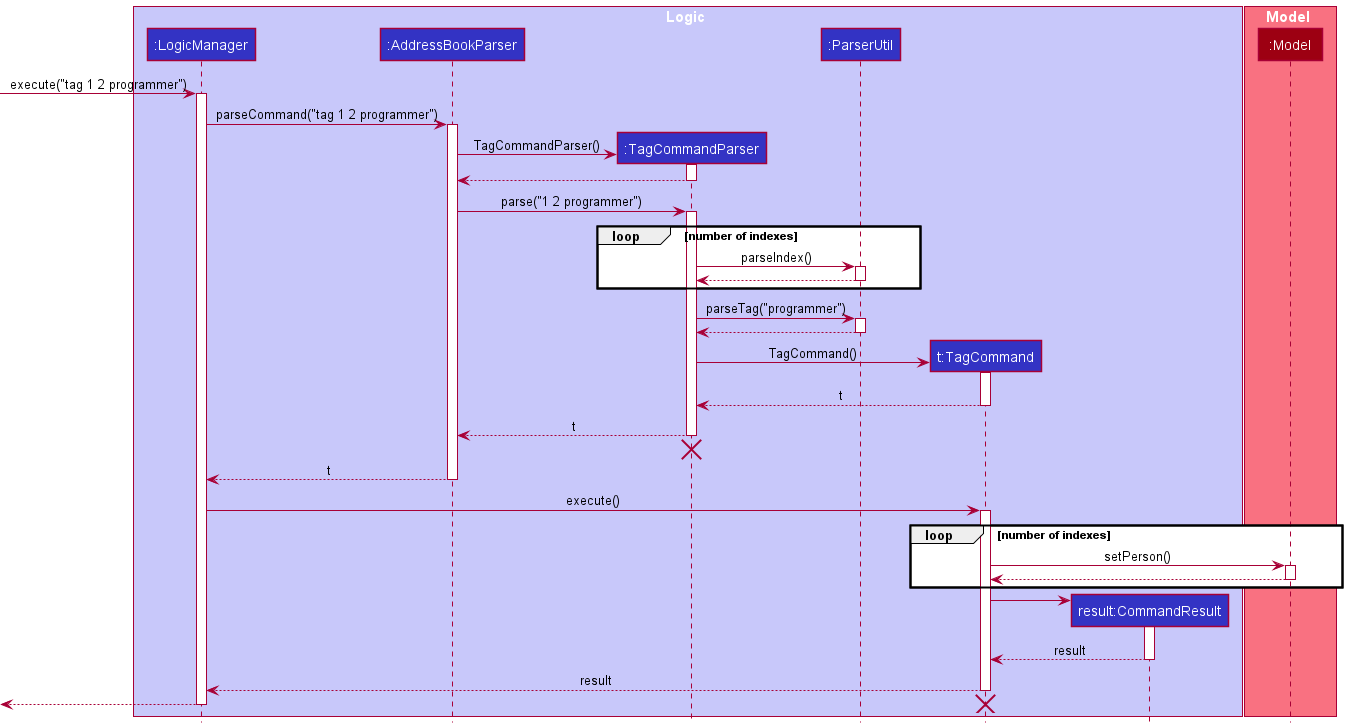
This is docs/images/TagSequenceDiagram.png from samyipsh/tp, a PlantUML export, as it was before one commit. The source it was exported from:
```plantuml
@startuml
!include style.puml

box Logic LOGIC_COLOR_T1
participant ":LogicManager" as LogicManager LOGIC_COLOR
participant ":AddressBookParser" as AddressBookParser LOGIC_COLOR
participant ":TagCommandParser" as TagCommandParser LOGIC_COLOR
participant ":ParserUtil" as ParserUtil LOGIC_COLOR
participant "t:TagCommand" as TagCommand LOGIC_COLOR
participant "result:CommandResult" as CommandResult LOGIC_COLOR
end box

box Model MODEL_COLOR_T1
participant ":Model" as Model MODEL_COLOR
end box

[-> LogicManager : execute("tag 1 2 programmer")
activate LogicManager

LogicManager -> AddressBookParser : parseCommand("tag 1 2 programmer")
activate AddressBookParser

create TagCommandParser
AddressBookParser -> TagCommandParser : TagCommandParser()
activate TagCommandParser

TagCommandParser --> AddressBookParser
deactivate TagCommandParser

AddressBookParser -> TagCommandParser : parse("1 2 programmer")
activate TagCommandParser

loop number of indexes
TagCommandParser -> ParserUtil : parseIndex()
activate ParserUtil

ParserUtil --> TagCommandParser
deactivate ParserUtil
end

TagCommandParser -> ParserUtil : parseTag("programmer")
activate ParserUtil

ParserUtil --> TagCommandParser
deactivate ParserUtil

create TagCommand
TagCommandParser -> TagCommand : TagCommand()
activate TagCommand

TagCommand --> TagCommandParser : t
deactivate TagCommand

TagCommandParser --> AddressBookParser : t
deactivate TagCommandParser
TagCommandParser -[hidden]-> AddressBookParser
destroy TagCommandParser

AddressBookParser --> LogicManager : t
deactivate AddressBookParser

LogicManager -> TagCommand : execute()
activate TagCommand

loop number of indexes
TagCommand -> Model : setPerson()
activate Model

Model --> TagCommand
deactivate Model
end

create CommandResult
TagCommand -> CommandResult
activate CommandResult

CommandResult --> TagCommand : result
deactivate CommandResult

TagCommand --> LogicManager : result
deactivate TagCommand

[<--LogicManager
deactivate LogicManager

destroy TagCommand
@enduml
```
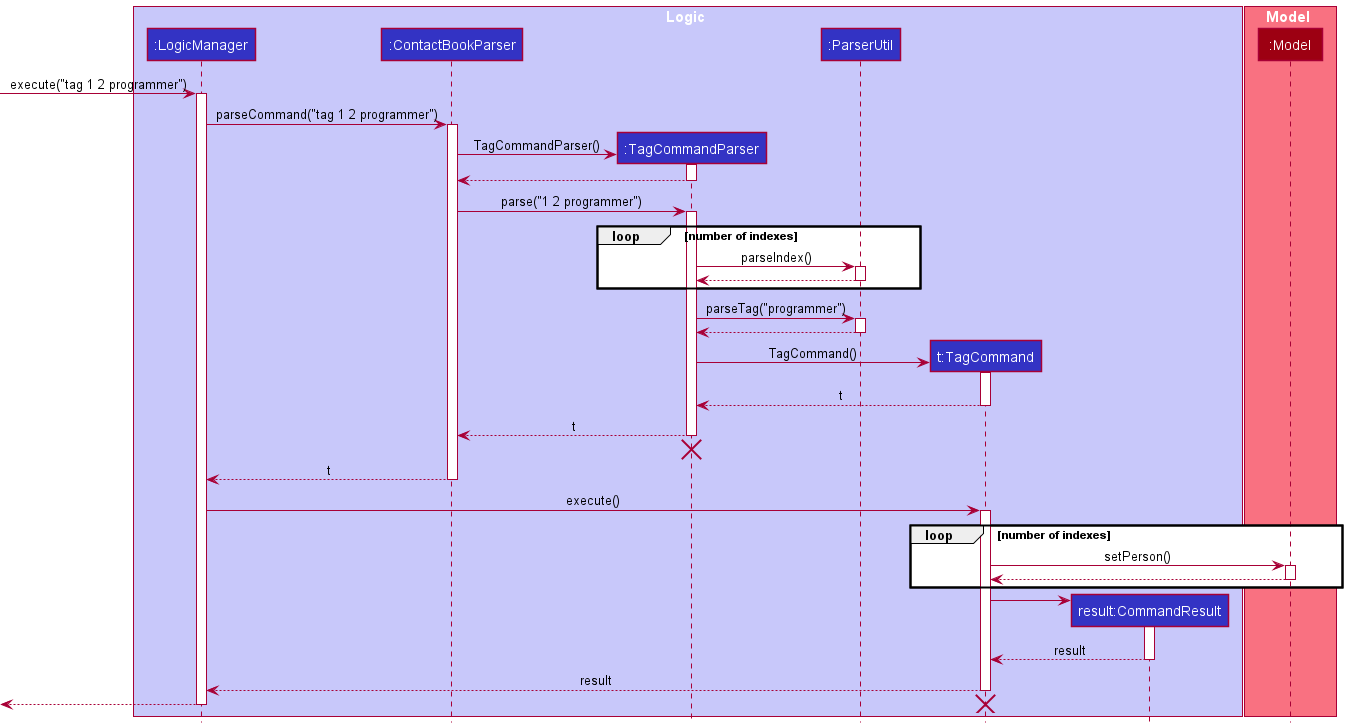
The same file after the commit.

Commit message:
Update plantuml diagrams and associated png files

The edit, as a diff of the source:
```diff
@@ -3,7 +3,7 @@
 
 box Logic LOGIC_COLOR_T1
 participant ":LogicManager" as LogicManager LOGIC_COLOR
-participant ":AddressBookParser" as AddressBookParser LOGIC_COLOR
+participant ":ContactBookParser" as ContactBookParser LOGIC_COLOR
 participant ":TagCommandParser" as TagCommandParser LOGIC_COLOR
 participant ":ParserUtil" as ParserUtil LOGIC_COLOR
 participant "t:TagCommand" as TagCommand LOGIC_COLOR
@@ -17,17 +17,17 @@
 [-> LogicManager : execute("tag 1 2 programmer")
 activate LogicManager
 
-LogicManager -> AddressBookParser : parseCommand("tag 1 2 programmer")
-activate AddressBookParser
+LogicManager -> ContactBookParser : parseCommand("tag 1 2 programmer")
+activate ContactBookParser
 
 create TagCommandParser
-AddressBookParser -> TagCommandParser : TagCommandParser()
+ContactBookParser -> TagCommandParser : TagCommandParser()
 activate TagCommandParser
 
-TagCommandParser --> AddressBookParser
+TagCommandParser --> ContactBookParser
 deactivate TagCommandParser
 
-AddressBookParser -> TagCommandParser : parse("1 2 programmer")
+ContactBookParser -> TagCommandParser : parse("1 2 programmer")
 activate TagCommandParser
 
 loop number of indexes
@@ -51,13 +51,13 @@
 TagCommand --> TagCommandParser : t
 deactivate TagCommand
 
-TagCommandParser --> AddressBookParser : t
+TagCommandParser --> ContactBookParser : t
 deactivate TagCommandParser
-TagCommandParser -[hidden]-> AddressBookParser
+TagCommandParser -[hidden]-> ContactBookParser
 destroy TagCommandParser
 
-AddressBookParser --> LogicManager : t
-deactivate AddressBookParser
+ContactBookParser --> LogicManager : t
+deactivate ContactBookParser
 
 LogicManager -> TagCommand : execute()
 activate TagCommand
```
